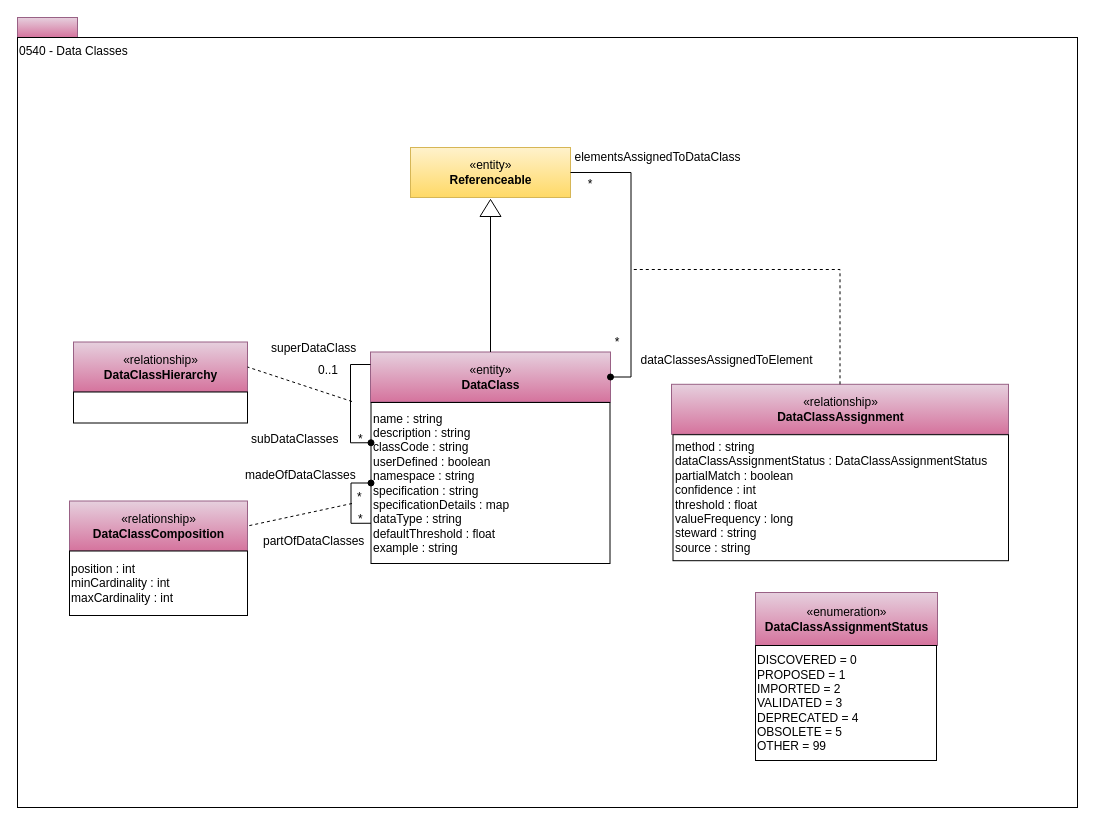
odpi/egeria-docs keeps this draw.io diagram as page "0540-Data-Classes" (25 of 34) of site/docs/types/5/area-5-models-and-schema.drawio. Above is the earlier version. Source tidied: cells renumbered, new cells numbered last; positions are measured from the earlier drawing's top-left corner, leaving out a move shared by most shapes. Both pictures are drawn from the tidied source at 100%, with x=0, y=0 at pixel (17, 17).
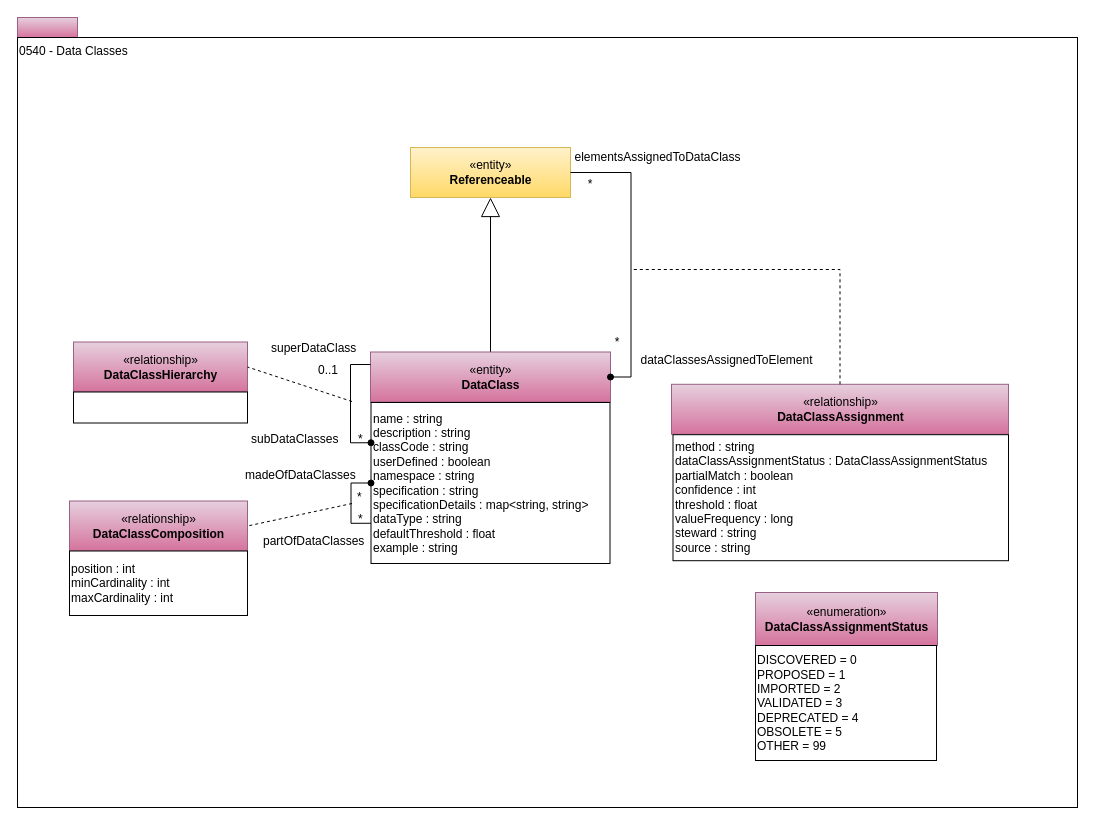
After the change.

The change refers to these unchanged cells:
```xml
<mxCell id="4" value="«entity»&lt;br&gt;&lt;b&gt;DataClass&lt;/b&gt;" style="html=1;strokeColor=#996185;align=center;fillColor=#e6d0de;gradientColor=#d5739d;" parent="1" vertex="1">
  <mxGeometry x="353" y="334.5" width="240" height="50" as="geometry" />
</mxCell>
<mxCell id="6" value="«entity»&lt;br&gt;&lt;b&gt;Referenceable&lt;/b&gt;" style="html=1;strokeColor=#d6b656;align=center;fillColor=#fff2cc;gradientColor=#ffd966;" parent="1" vertex="1">
  <mxGeometry x="393" y="130" width="160" height="50" as="geometry" />
</mxCell>
```

Diff of the diagram source:
```diff
@@
+    <mxCell id="35" style="edgeStyle=orthogonalEdgeStyle;rounded=0;jettySize=auto;html=1;exitX=0.5;exitY=0;exitDx=0;exitDy=0;endArrow=block;endFill=0;endSize=17;" parent="1" edge="1" source="4" target="6">
+      <mxGeometry relative="1" as="geometry" />
+    </mxCell>
@@
-    <mxCell id="5" value="&lt;span&gt;name : string&lt;/span&gt;&lt;br&gt;&lt;span&gt;description : string&lt;/span&gt;&lt;br&gt;&lt;span&gt;classCode : string&lt;/span&gt;&lt;br&gt;&lt;span&gt;userDefined : boolean&lt;/span&gt;&lt;br&gt;&lt;span&gt;namespace : string&lt;/span&gt;&lt;br&gt;&lt;span&gt;specification : string&lt;/span&gt;&lt;br&gt;&lt;span&gt;specificationDetails : map&lt;/span&gt;&lt;br&gt;&lt;span&gt;dataType : string&lt;/span&gt;&lt;br&gt;&lt;span&gt;defaultThreshold : float&lt;/span&gt;&lt;br&gt;&lt;span&gt;example : string&lt;/span&gt;" style="rounded=0;whiteSpace=wrap;html=1;strokeColor=#000000;gradientColor=#ffffff;align=left;" parent="1" vertex="1">
+    <mxCell id="5" value="&lt;span&gt;name : string&lt;/span&gt;&lt;br&gt;&lt;span&gt;description : string&lt;/span&gt;&lt;br&gt;&lt;span&gt;classCode : string&lt;/span&gt;&lt;br&gt;&lt;span&gt;userDefined : boolean&lt;/span&gt;&lt;br&gt;&lt;span&gt;namespace : string&lt;/span&gt;&lt;br&gt;&lt;span&gt;specification : string&lt;/span&gt;&lt;br&gt;&lt;span&gt;specificationDetails : map&amp;lt;string, string&amp;gt;&lt;/span&gt;&lt;br&gt;&lt;span&gt;dataType : string&lt;/span&gt;&lt;br&gt;&lt;span&gt;defaultThreshold : float&lt;/span&gt;&lt;br&gt;&lt;span&gt;example : string&lt;/span&gt;" style="rounded=0;whiteSpace=wrap;html=1;strokeColor=#000000;gradientColor=#ffffff;align=left;" parent="1" vertex="1">
       <mxGeometry x="353.5" y="385" width="239" height="161" as="geometry" />
     </mxCell>
@@
-    <mxCell id="30" style="edgeStyle=orthogonalEdgeStyle;rounded=0;jettySize=auto;html=1;exitX=0;exitY=0.5;exitDx=0;exitDy=0;endArrow=none;endFill=0;" parent="1" edge="1" source="31" target="4">
-      <mxGeometry relative="1" as="geometry" />
-    </mxCell>
-    <mxCell id="31" style="triangle;whiteSpace=wrap;html=1;strokeColor=#000000;gradientColor=#ffffff;align=center;rotation=-90;" parent="1" vertex="1">
-      <mxGeometry x="464.5" y="180" width="17" height="21" as="geometry" />
-    </mxCell>
```
